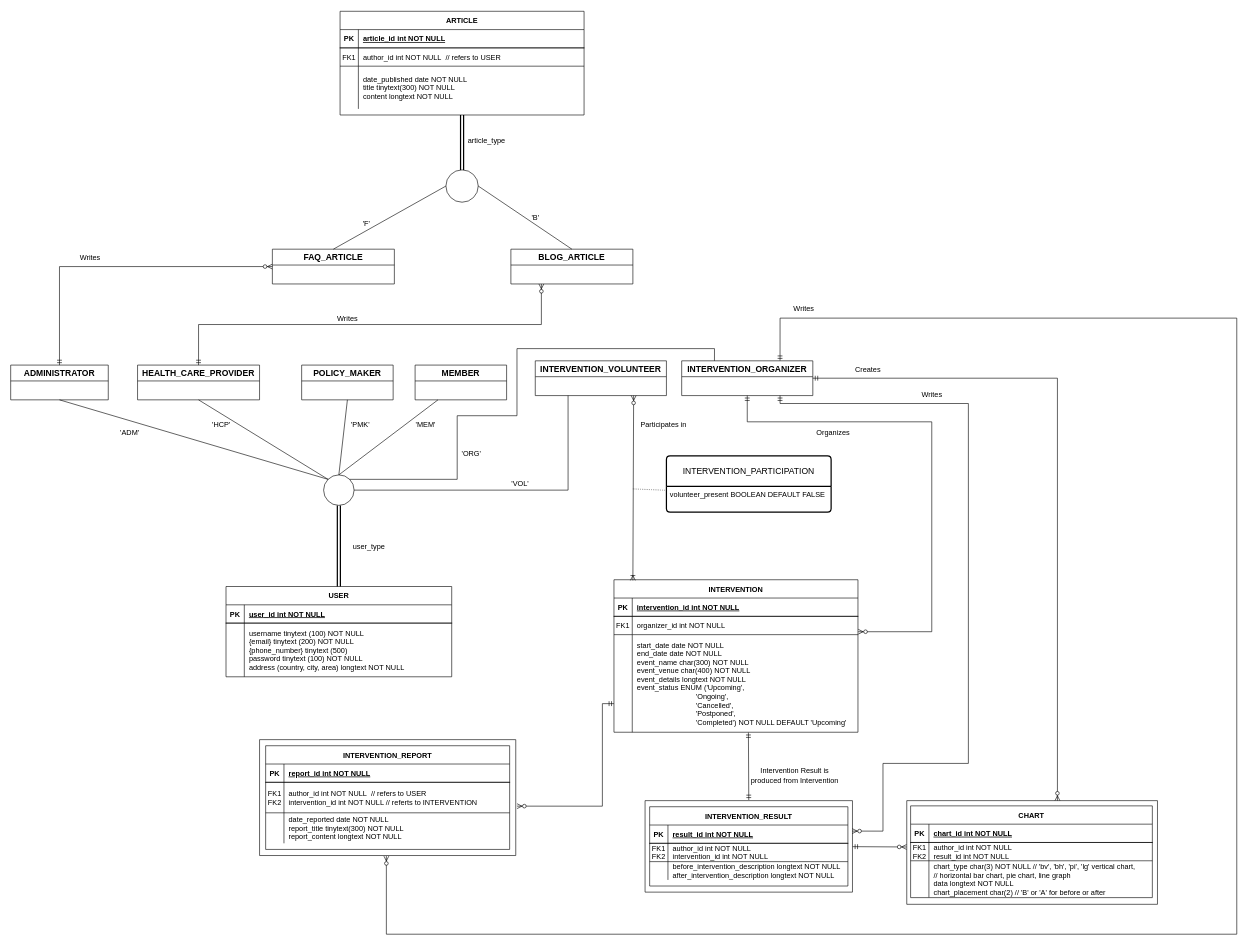
BloodRiver/public-health-interventions keeps this draw.io diagram as EERD.drawio. Above is the earlier version. Source tidied: cells renumbered, new cells numbered last; positions are measured from the earlier drawing's top-left corner, leaving out a move shared by most shapes. Both pictures are drawn from the tidied source at 61%, with x=0, y=0 at pixel (10, 11).
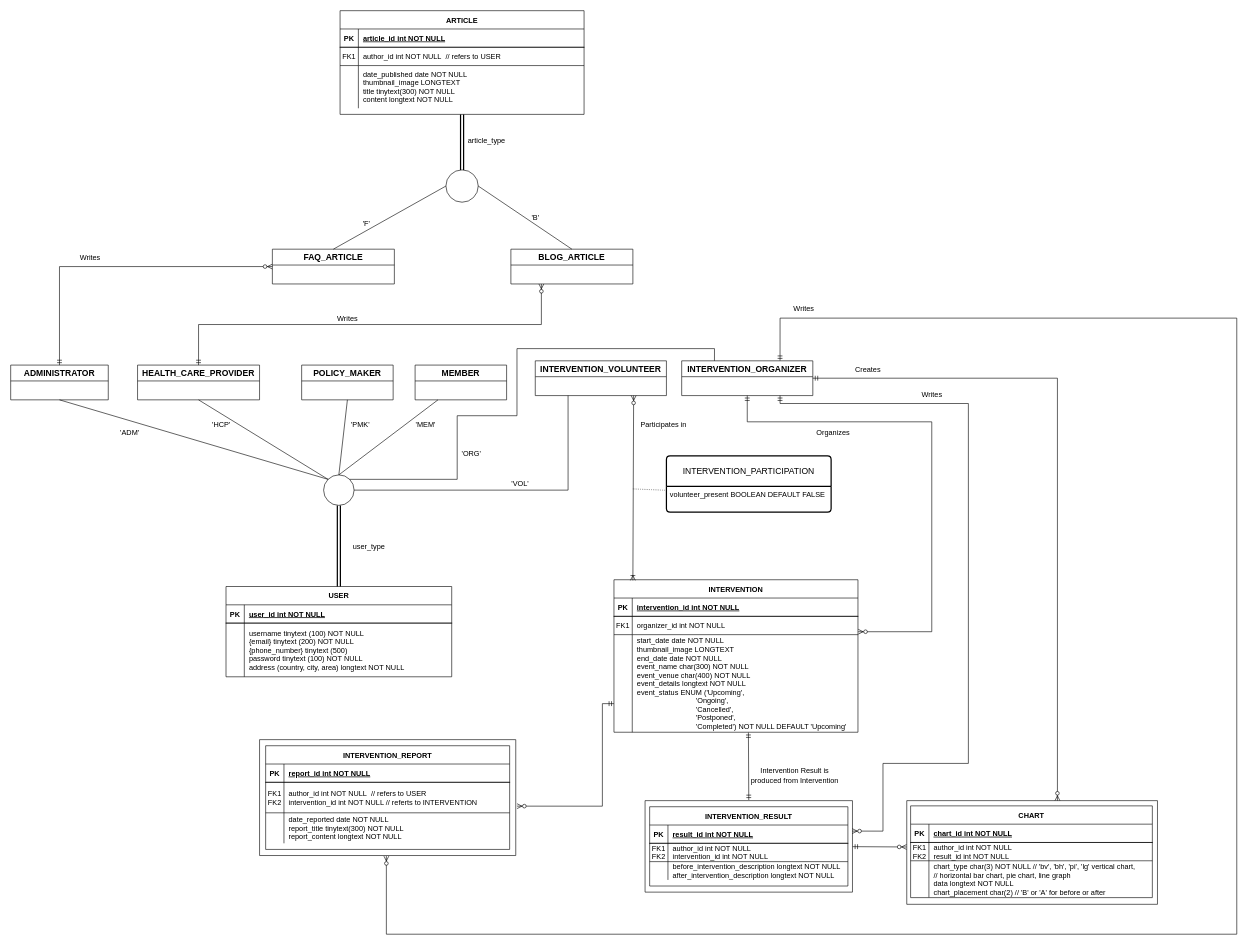
Above is the later version.

Unchanged cells that the change refers to:
```xml
<mxCell id="18" style="shape=partialRectangle;fillColor=none;points=[[0,0.5],[1,0.5]];portConstraint=eastwest;top=0;left=0;right=0;bottom=0;" parent="11" vertex="1">
  <mxGeometry y="90" width="400" height="160" as="geometry" />
</mxCell>
<mxCell id="53" style="shape=partialRectangle;fillColor=none;top=0;left=0;right=0;bottom=0;" parent="46" vertex="1">
  <mxGeometry y="90" width="400" height="70" as="geometry" />
</mxCell>
```

Change to the diagram source:
```diff
@@
-    <mxCell id="20" value="start_date date NOT NULL&#10;end_date date NOT NULL&#10;event_name char(300) NOT NULL&#10;event_venue char(400) NOT NULL&#10;event_details longtext NOT NULL&#10;event_status ENUM ('Upcoming',&#10;                             'Ongoing',&#10;                             'Cancelled',&#10;                             'Postponed',&#10;                             'Completed') NOT NULL DEFAULT 'Upcoming'" style="shape=partialRectangle;overflow=hidden;fillColor=none;top=0;left=0;bottom=0;right=0;align=left;spacingLeft=6;" parent="18" vertex="1">
+    <mxCell id="20" value="start_date date NOT NULL&#10;thumbnail_image LONGTEXT&#10;end_date date NOT NULL&#10;event_name char(300) NOT NULL&#10;event_venue char(400) NOT NULL&#10;event_details longtext NOT NULL&#10;event_status ENUM ('Upcoming',&#10;                             'Ongoing',&#10;                             'Cancelled',&#10;                             'Postponed',&#10;                             'Completed') NOT NULL DEFAULT 'Upcoming'" style="shape=partialRectangle;overflow=hidden;fillColor=none;top=0;left=0;bottom=0;right=0;align=left;spacingLeft=6;" parent="18" vertex="1">
       <mxGeometry x="30" width="370" height="160" as="geometry" />
     </mxCell>
@@
     <mxCell id="46" value="ARTICLE" style="shape=table;startSize=30;childLayout=tableLayout;rowLines=1;fontStyle=1;align=center;strokeColor=default;noLabel=0;" parent="1" vertex="1">
-      <mxGeometry x="540" width="400" height="170" as="geometry" />
+      <mxGeometry x="540" y="-1" width="400" height="170" as="geometry" />
     </mxCell>
@@
-    <mxCell id="55" value="date_published date NOT NULL&#10;title tinytext(300) NOT NULL&#10;content longtext NOT NULL" style="shape=partialRectangle;overflow=hidden;fillColor=none;top=0;left=0;bottom=0;right=0;align=left;spacingLeft=6;" parent="53" vertex="1">
+    <mxCell id="55" value="date_published date NOT NULL&#10;thumbnail_image LONGTEXT&#10;title tinytext(300) NOT NULL&#10;content longtext NOT NULL" style="shape=partialRectangle;overflow=hidden;fillColor=none;top=0;left=0;bottom=0;right=0;align=left;spacingLeft=6;" parent="53" vertex="1">
       <mxGeometry x="30" width="370" height="70" as="geometry" />
     </mxCell>
```
